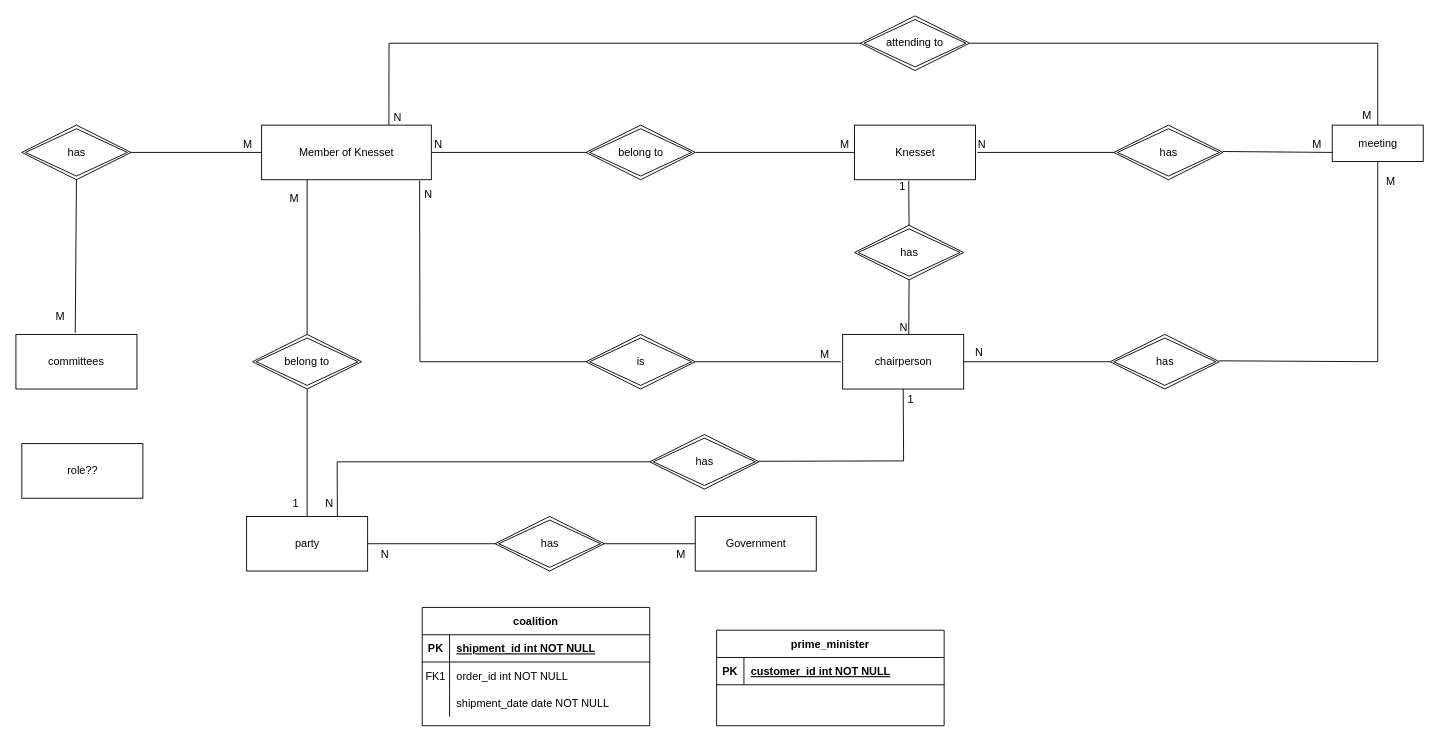
Before: knesset_ERD.drawio in oran950/DataBase_ERD, a draw.io diagram. Source tidied: cells renumbered, new cells numbered last; positions are measured from the earlier drawing's top-left corner, leaving out a move shared by most shapes. Both pictures are drawn from the tidied source at 91%, with x=0, y=0 at pixel (15, 15).
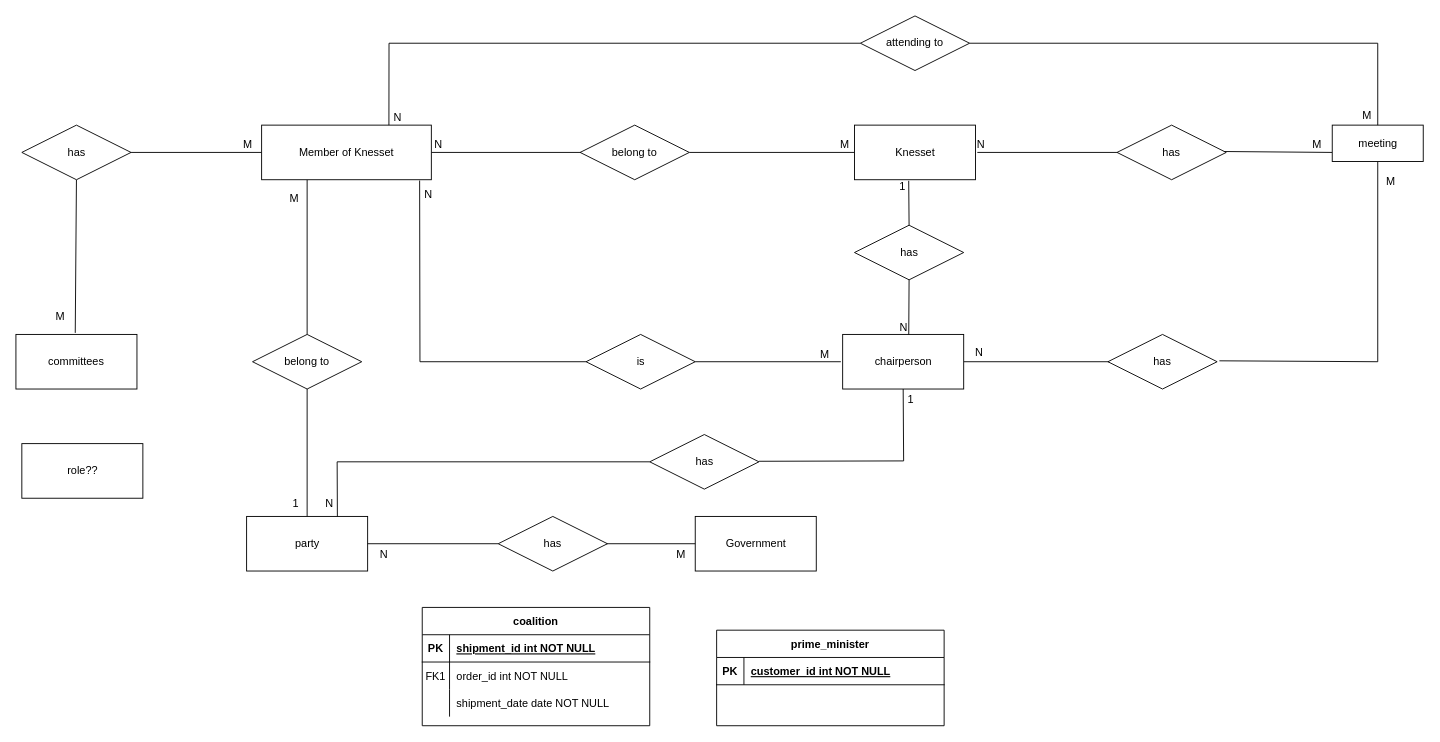
The same diagram, later.

The change refers to these unchanged cells:
```xml
<mxCell id="53" value="meeting" style="whiteSpace=wrap;html=1;align=center;" parent="1" vertex="1">
  <mxGeometry x="1446.5" y="120" width="100" height="40" as="geometry" />
</mxCell>
<mxCell id="54" value="chairperson" style="whiteSpace=wrap;html=1;align=center;" parent="1" vertex="1">
  <mxGeometry x="908.5" y="350" width="133" height="60" as="geometry" />
</mxCell>
<mxCell id="55" value="Knesset" style="whiteSpace=wrap;html=1;align=center;" parent="1" vertex="1">
  <mxGeometry x="921.5" y="120" width="133" height="60" as="geometry" />
</mxCell>
<mxCell id="56" value="Member of Knesset" style="whiteSpace=wrap;html=1;align=center;" parent="1" vertex="1">
  <mxGeometry x="270" y="120" width="186.5" height="60" as="geometry" />
</mxCell>
<mxCell id="57" value="party" style="whiteSpace=wrap;html=1;align=center;" parent="1" vertex="1">
  <mxGeometry x="253.5" y="550" width="133" height="60" as="geometry" />
</mxCell>
<mxCell id="58" value="Government" style="whiteSpace=wrap;html=1;align=center;" parent="1" vertex="1">
  <mxGeometry x="746.5" y="550" width="133" height="60" as="geometry" />
</mxCell>
```

Diff of the diagram source:
```diff
@@
-    <mxCell id="16" value="belong to" style="shape=rhombus;double=1;perimeter=rhombusPerimeter;whiteSpace=wrap;html=1;align=center;" parent="1" vertex="1">
-      <mxGeometry x="626.5" y="120" width="120" height="60" as="geometry" />
-    </mxCell>
-    <mxCell id="17" style="endArrow=none;html=1;rounded=0;exitX=0;exitY=0.5;exitDx=0;exitDy=0;entryX=1;entryY=0.5;entryDx=0;entryDy=0;" parent="1" edge="1" source="16" target="56">
-      <mxGeometry relative="1" as="geometry" />
+    <mxCell id="17" style="endArrow=none;html=1;rounded=0;exitX=0;exitY=0.5;exitDx=0;exitDy=0;entryX=1;entryY=0.5;entryDx=0;entryDy=0;" parent="1" edge="1" target="56">
+      <mxGeometry relative="1" as="geometry">
+        <mxPoint x="626.5" y="150" as="sourcePoint" />
+      </mxGeometry>
     </mxCell>
@@
-    <mxCell id="19" style="endArrow=none;html=1;rounded=0;exitX=0;exitY=0.5;exitDx=0;exitDy=0;entryX=1;entryY=0.5;entryDx=0;entryDy=0;" parent="1" edge="1" source="55" target="16">
+    <mxCell id="19" style="endArrow=none;html=1;rounded=0;exitX=0;exitY=0.5;exitDx=0;exitDy=0;entryX=1;entryY=0.5;entryDx=0;entryDy=0;" parent="1" edge="1" source="55" target="80">
       <mxGeometry relative="1" as="geometry" />
     </mxCell>
@@
-    <mxCell id="22" style="endArrow=none;html=1;rounded=0;exitX=0;exitY=0.5;exitDx=0;exitDy=0;entryX=0.931;entryY=1.015;entryDx=0;entryDy=0;entryPerimeter=0;" parent="1" edge="1" source="24" target="56">
+    <mxCell id="22" style="endArrow=none;html=1;rounded=0;exitX=0;exitY=0.5;exitDx=0;exitDy=0;entryX=0.931;entryY=1.015;entryDx=0;entryDy=0;entryPerimeter=0;" parent="1" edge="1" target="56">
       <mxGeometry relative="1" as="geometry">
+        <mxPoint x="626.5" y="380" as="sourcePoint" />
         <Array as="points">
           <mxPoint x="444" y="380" />
         </Array>
       </mxGeometry>
     </mxCell>
@@
-    <mxCell id="24" value="is" style="shape=rhombus;double=1;perimeter=rhombusPerimeter;whiteSpace=wrap;html=1;align=center;" parent="1" vertex="1">
-      <mxGeometry x="626.5" y="350" width="120" height="60" as="geometry" />
-    </mxCell>
-    <mxCell id="25" style="endArrow=none;html=1;rounded=0;entryX=1;entryY=0.5;entryDx=0;entryDy=0;" parent="1" edge="1" target="24">
+    <mxCell id="25" style="endArrow=none;html=1;rounded=0;entryX=1;entryY=0.5;entryDx=0;entryDy=0;" parent="1" edge="1">
       <mxGeometry relative="1" as="geometry">
         <mxPoint x="906.5" y="380" as="sourcePoint" />
+        <mxPoint x="746.5" y="380" as="targetPoint" />
       </mxGeometry>
     </mxCell>
@@
-    <mxCell id="28" value="has" style="shape=rhombus;double=1;perimeter=rhombusPerimeter;whiteSpace=wrap;html=1;align=center;" parent="1" vertex="1">
-      <mxGeometry x="921.5" y="230" width="120" height="60" as="geometry" />
-    </mxCell>
@@
-    <mxCell id="31" style="endArrow=none;html=1;rounded=0;exitX=0.5;exitY=1;exitDx=0;exitDy=0;entryX=0.546;entryY=0.016;entryDx=0;entryDy=0;entryPerimeter=0;" parent="1" edge="1" source="28" target="54">
-      <mxGeometry relative="1" as="geometry" />
+    <mxCell id="31" style="endArrow=none;html=1;rounded=0;exitX=0.5;exitY=1;exitDx=0;exitDy=0;entryX=0.546;entryY=0.016;entryDx=0;entryDy=0;entryPerimeter=0;" parent="1" edge="1" target="54">
+      <mxGeometry relative="1" as="geometry">
+        <mxPoint x="981.5" y="290" as="sourcePoint" />
+      </mxGeometry>
     </mxCell>
@@
-    <mxCell id="33" value="has" style="shape=rhombus;double=1;perimeter=rhombusPerimeter;whiteSpace=wrap;html=1;align=center;" parent="1" vertex="1">
-      <mxGeometry x="1206.5" y="120" width="120" height="60" as="geometry" />
-    </mxCell>
-    <mxCell id="34" style="endArrow=none;html=1;rounded=0;" parent="1" edge="1" source="33">
+    <mxCell id="34" style="endArrow=none;html=1;rounded=0;" parent="1" edge="1" source="82">
       <mxGeometry relative="1" as="geometry">
         <mxPoint x="1056.5" y="150" as="targetPoint" />
       </mxGeometry>
     </mxCell>
@@
-    <mxCell id="38" value="has" style="shape=rhombus;double=1;perimeter=rhombusPerimeter;whiteSpace=wrap;html=1;align=center;" parent="1" vertex="1">
-      <mxGeometry x="6.5" y="120" width="120" height="60" as="geometry" />
-    </mxCell>
@@
-    <mxCell id="41" style="endArrow=none;html=1;rounded=0;entryX=0.395;entryY=-0.013;entryDx=0;entryDy=0;exitX=0.5;exitY=1;exitDx=0;exitDy=0;entryPerimeter=0;" parent="1" edge="1" source="38">
+    <mxCell id="41" style="endArrow=none;html=1;rounded=0;entryX=0.395;entryY=-0.013;entryDx=0;entryDy=0;exitX=0.5;exitY=1;exitDx=0;exitDy=0;entryPerimeter=0;" parent="1" edge="1">
       <mxGeometry relative="1" as="geometry">
+        <mxPoint x="66.5" y="180" as="sourcePoint" />
         <mxPoint x="65.2" y="348.3" as="targetPoint" />
       </mxGeometry>
     </mxCell>
@@
-    <mxCell id="43" value="belong to" style="shape=rhombus;double=1;perimeter=rhombusPerimeter;whiteSpace=wrap;html=1;align=center;" parent="1" vertex="1">
-      <mxGeometry x="260" y="350" width="120" height="60" as="geometry" />
-    </mxCell>
-    <mxCell id="44" style="endArrow=none;html=1;rounded=0;exitX=0.5;exitY=1;exitDx=0;exitDy=0;entryX=0.5;entryY=0;entryDx=0;entryDy=0;" parent="1" edge="1" source="43" target="57">
-      <mxGeometry relative="1" as="geometry" />
+    <mxCell id="44" style="endArrow=none;html=1;rounded=0;exitX=0.5;exitY=1;exitDx=0;exitDy=0;entryX=0.5;entryY=0;entryDx=0;entryDy=0;" parent="1" edge="1" target="57">
+      <mxGeometry relative="1" as="geometry">
+        <mxPoint x="320" y="410" as="sourcePoint" />
+      </mxGeometry>
     </mxCell>
@@
-    <mxCell id="46" style="endArrow=none;html=1;rounded=0;exitX=0.5;exitY=0;exitDx=0;exitDy=0;" parent="1" edge="1" source="43">
+    <mxCell id="46" style="endArrow=none;html=1;rounded=0;exitX=0.5;exitY=0;exitDx=0;exitDy=0;" parent="1" edge="1">
       <mxGeometry relative="1" as="geometry">
+        <mxPoint x="320" y="350" as="sourcePoint" />
         <mxPoint x="320" y="180" as="targetPoint" />
       </mxGeometry>
     </mxCell>
@@
-    <mxCell id="48" style="endArrow=none;html=1;rounded=0;entryX=1;entryY=0.5;entryDx=0;entryDy=0;" parent="1" edge="1" source="50" target="54">
-      <mxGeometry relative="1" as="geometry" />
+    <mxCell id="48" style="endArrow=none;html=1;rounded=0;entryX=1;entryY=0.5;entryDx=0;entryDy=0;" parent="1" edge="1" target="54">
+      <mxGeometry relative="1" as="geometry">
+        <mxPoint x="1202.5" y="380" as="sourcePoint" />
+      </mxGeometry>
     </mxCell>
@@
-    <mxCell id="50" value="has" style="shape=rhombus;double=1;perimeter=rhombusPerimeter;whiteSpace=wrap;html=1;align=center;" parent="1" vertex="1">
-      <mxGeometry x="1202.5" y="350" width="120" height="60" as="geometry" />
-    </mxCell>
@@
-    <mxCell id="59" value="has" style="shape=rhombus;double=1;perimeter=rhombusPerimeter;whiteSpace=wrap;html=1;align=center;" parent="1" vertex="1">
-      <mxGeometry x="526.5" y="550" width="120" height="60" as="geometry" />
-    </mxCell>
-    <mxCell id="60" style="endArrow=none;html=1;rounded=0;entryX=1;entryY=0.5;entryDx=0;entryDy=0;exitX=0;exitY=0.5;exitDx=0;exitDy=0;" parent="1" edge="1" source="59" target="57">
+    <mxCell id="60" style="endArrow=none;html=1;rounded=0;entryX=1;entryY=0.5;entryDx=0;entryDy=0;exitX=0;exitY=0.5;exitDx=0;exitDy=0;" parent="1" edge="1" source="78" target="57">
       <mxGeometry relative="1" as="geometry" />
     </mxCell>
@@
-    <mxCell id="62" style="endArrow=none;html=1;rounded=0;entryX=0;entryY=0.5;entryDx=0;entryDy=0;exitX=1;exitY=0.5;exitDx=0;exitDy=0;" parent="1" edge="1" source="59" target="58">
-      <mxGeometry relative="1" as="geometry" />
+    <mxCell id="62" style="endArrow=none;html=1;rounded=0;entryX=0;entryY=0.5;entryDx=0;entryDy=0;exitX=1;exitY=0.5;exitDx=0;exitDy=0;" parent="1" edge="1" target="58">
+      <mxGeometry relative="1" as="geometry">
+        <mxPoint x="646.5" y="580" as="sourcePoint" />
+      </mxGeometry>
     </mxCell>
@@
-    <mxCell id="64" style="endArrow=none;html=1;rounded=0;entryX=0.75;entryY=0;entryDx=0;entryDy=0;exitX=0;exitY=0.5;exitDx=0;exitDy=0;" parent="1" edge="1" source="66" target="57">
+    <mxCell id="64" style="endArrow=none;html=1;rounded=0;entryX=0.75;entryY=0;entryDx=0;entryDy=0;exitX=0;exitY=0.5;exitDx=0;exitDy=0;" parent="1" edge="1" target="57">
       <mxGeometry relative="1" as="geometry">
+        <mxPoint x="696.5" y="490" as="sourcePoint" />
         <Array as="points">
           <mxPoint x="353" y="490" />
         </Array>
       </mxGeometry>
     </mxCell>
@@
-    <mxCell id="66" value="has" style="shape=rhombus;double=1;perimeter=rhombusPerimeter;whiteSpace=wrap;html=1;align=center;" parent="1" vertex="1">
-      <mxGeometry x="696.5" y="460" width="120" height="60" as="geometry" />
-    </mxCell>
@@
-    <mxCell id="70" value="attending to" style="shape=rhombus;double=1;perimeter=rhombusPerimeter;whiteSpace=wrap;html=1;align=center;" parent="1" vertex="1">
-      <mxGeometry x="928" width="120" height="60" as="geometry" />
-    </mxCell>
-    <mxCell id="71" style="endArrow=none;html=1;rounded=0;exitX=0;exitY=0.5;exitDx=0;exitDy=0;entryX=0.75;entryY=0;entryDx=0;entryDy=0;" parent="1" edge="1" source="70" target="56">
+    <mxCell id="71" style="endArrow=none;html=1;rounded=0;exitX=0;exitY=0.5;exitDx=0;exitDy=0;entryX=0.75;entryY=0;entryDx=0;entryDy=0;" parent="1" edge="1" target="56">
       <mxGeometry relative="1" as="geometry">
+        <mxPoint x="928" y="30" as="sourcePoint" />
         <Array as="points">
           <mxPoint x="410" y="30" />
         </Array>
       </mxGeometry>
     </mxCell>
@@
-    <mxCell id="73" style="endArrow=none;html=1;rounded=0;entryX=0.5;entryY=0;entryDx=0;entryDy=0;exitX=1;exitY=0.5;exitDx=0;exitDy=0;" parent="1" edge="1" source="70" target="53">
+    <mxCell id="73" style="endArrow=none;html=1;rounded=0;entryX=0.5;entryY=0;entryDx=0;entryDy=0;exitX=1;exitY=0.5;exitDx=0;exitDy=0;" parent="1" edge="1" target="53">
       <mxGeometry relative="1" as="geometry">
+        <mxPoint x="1048" y="30" as="sourcePoint" />
         <Array as="points">
           <mxPoint x="1496.5" y="30" />
         </Array>
       </mxGeometry>
     </mxCell>
@@
+    <mxCell id="76" value="has" style="shape=rhombus;perimeter=rhombusPerimeter;whiteSpace=wrap;html=1;align=center;" parent="1" vertex="1">
+      <mxGeometry x="921.5" y="230" width="120" height="60" as="geometry" />
+    </mxCell>
+    <mxCell id="77" value="has" style="shape=rhombus;perimeter=rhombusPerimeter;whiteSpace=wrap;html=1;align=center;" parent="1" vertex="1">
+      <mxGeometry x="696.5" y="460" width="120" height="60" as="geometry" />
+    </mxCell>
+    <mxCell id="78" value="has" style="shape=rhombus;perimeter=rhombusPerimeter;whiteSpace=wrap;html=1;align=center;" parent="1" vertex="1">
+      <mxGeometry x="530" y="550" width="120" height="60" as="geometry" />
+    </mxCell>
+    <mxCell id="24" value="is" style="shape=rhombus;perimeter=rhombusPerimeter;whiteSpace=wrap;html=1;align=center;" parent="1" vertex="1">
+      <mxGeometry x="626.5" y="350" width="120" height="60" as="geometry" />
+    </mxCell>
+    <mxCell id="79" value="belong to" style="shape=rhombus;perimeter=rhombusPerimeter;whiteSpace=wrap;html=1;align=center;" parent="1" vertex="1">
+      <mxGeometry x="260" y="350" width="120" height="60" as="geometry" />
+    </mxCell>
+    <mxCell id="80" value="belong to" style="shape=rhombus;perimeter=rhombusPerimeter;whiteSpace=wrap;html=1;align=center;" parent="1" vertex="1">
+      <mxGeometry x="620" y="120" width="120" height="60" as="geometry" />
+    </mxCell>
+    <mxCell id="81" value="has" style="shape=rhombus;perimeter=rhombusPerimeter;whiteSpace=wrap;html=1;align=center;" parent="1" vertex="1">
+      <mxGeometry x="1200" y="350" width="120" height="60" as="geometry" />
+    </mxCell>
+    <mxCell id="82" value="has" style="shape=rhombus;perimeter=rhombusPerimeter;whiteSpace=wrap;html=1;align=center;" parent="1" vertex="1">
+      <mxGeometry x="1210" y="120" width="120" height="60" as="geometry" />
+    </mxCell>
+    <mxCell id="70" value="attending to" style="shape=rhombus;perimeter=rhombusPerimeter;whiteSpace=wrap;html=1;align=center;" parent="1" vertex="1">
+      <mxGeometry x="928" width="120" height="60" as="geometry" />
+    </mxCell>
+    <mxCell id="83" value="has" style="shape=rhombus;perimeter=rhombusPerimeter;whiteSpace=wrap;html=1;align=center;" parent="1" vertex="1">
+      <mxGeometry x="6.5" y="120" width="120" height="60" as="geometry" />
+    </mxCell>
```
